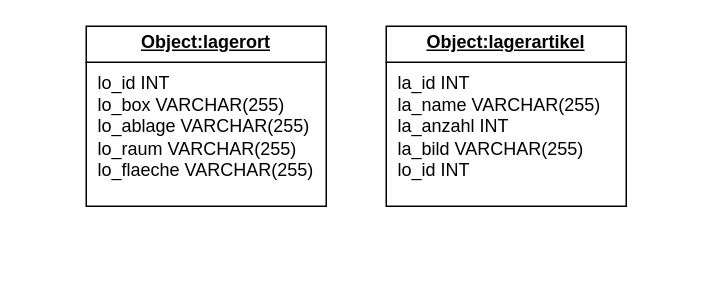
Earlier version of the draw.io diagram page "Datenobjekte" (6 of 7) of archiv/Unbenanntes Diagramm.drawio (kitanicKS/fireapp_frontend). Source tidied: cells renumbered, new cells numbered last; positions are measured from the earlier drawing's top-left corner, leaving out a move shared by most shapes. Both pictures are drawn from the tidied source at 150%, with x=0, y=0 at pixel (86, 26).
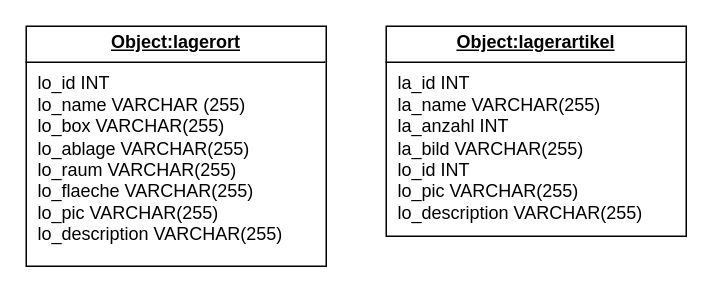
The same page after the edit.

The edit, as a diff of the source:
```diff
@@
 <mxGraphModel>
   <root>
     <mxCell id="0" />
     <mxCell id="1" parent="0" />
-    <mxCell id="2" value="&lt;p style=&quot;margin:0px;margin-top:4px;text-align:center;text-decoration:underline;&quot;&gt;&lt;b&gt;Object:lagerort&lt;/b&gt;&lt;/p&gt;&lt;hr size=&quot;1&quot; style=&quot;border-style:solid;&quot;&gt;&lt;p style=&quot;margin:0px;margin-left:8px;&quot;&gt;lo_id INT&lt;br&gt;lo_box VARCHAR(255)&lt;br&gt;lo_ablage&amp;nbsp;&lt;span style=&quot;background-color: transparent; color: light-dark(rgb(0, 0, 0), rgb(255, 255, 255));&quot;&gt;VARCHAR(255)&lt;/span&gt;&lt;/p&gt;&lt;p style=&quot;margin:0px;margin-left:8px;&quot;&gt;lo_raum&amp;nbsp;&lt;span style=&quot;background-color: transparent; color: light-dark(rgb(0, 0, 0), rgb(255, 255, 255));&quot;&gt;VARCHAR(255)&lt;/span&gt;&lt;/p&gt;&lt;p style=&quot;margin:0px;margin-left:8px;&quot;&gt;lo_flaeche&amp;nbsp;&lt;span style=&quot;background-color: transparent; color: light-dark(rgb(0, 0, 0), rgb(255, 255, 255));&quot;&gt;VARCHAR(255)&lt;/span&gt;&lt;/p&gt;" style="verticalAlign=top;align=left;overflow=fill;html=1;whiteSpace=wrap;" parent="1" vertex="1">
-      <mxGeometry width="160" height="120" as="geometry" />
+    <mxCell id="2" value="&lt;p style=&quot;margin:0px;margin-top:4px;text-align:center;text-decoration:underline;&quot;&gt;&lt;b&gt;Object:lagerort&lt;/b&gt;&lt;/p&gt;&lt;hr size=&quot;1&quot; style=&quot;border-style:solid;&quot;&gt;&lt;p style=&quot;margin:0px;margin-left:8px;&quot;&gt;lo_id INT&lt;br&gt;lo_name VARCHAR (255)&lt;/p&gt;&lt;p style=&quot;margin:0px;margin-left:8px;&quot;&gt;lo_box VARCHAR(255)&lt;br&gt;lo_ablage&amp;nbsp;&lt;span style=&quot;background-color: transparent; color: light-dark(rgb(0, 0, 0), rgb(255, 255, 255));&quot;&gt;VARCHAR(255)&lt;/span&gt;&lt;/p&gt;&lt;p style=&quot;margin:0px;margin-left:8px;&quot;&gt;lo_raum&amp;nbsp;&lt;span style=&quot;background-color: transparent; color: light-dark(rgb(0, 0, 0), rgb(255, 255, 255));&quot;&gt;VARCHAR(255)&lt;/span&gt;&lt;/p&gt;&lt;p style=&quot;margin:0px;margin-left:8px;&quot;&gt;lo_flaeche&amp;nbsp;&lt;span style=&quot;background-color: transparent; color: light-dark(rgb(0, 0, 0), rgb(255, 255, 255));&quot;&gt;VARCHAR(255)&lt;/span&gt;&lt;/p&gt;&lt;p style=&quot;margin:0px;margin-left:8px;&quot;&gt;&lt;span style=&quot;background-color: transparent; color: light-dark(rgb(0, 0, 0), rgb(255, 255, 255));&quot;&gt;lo_pic VARCHAR(255)&lt;/span&gt;&lt;/p&gt;&lt;p style=&quot;margin:0px;margin-left:8px;&quot;&gt;lo_description VARCHAR(255)&lt;span style=&quot;background-color: transparent; color: light-dark(rgb(0, 0, 0), rgb(255, 255, 255));&quot;&gt;&lt;/span&gt;&lt;/p&gt;" style="verticalAlign=top;align=left;overflow=fill;html=1;whiteSpace=wrap;" parent="1" vertex="1">
+      <mxGeometry x="-40" width="200" height="160" as="geometry" />
     </mxCell>
-    <mxCell id="3" value="&lt;p style=&quot;margin:0px;margin-top:4px;text-align:center;text-decoration:underline;&quot;&gt;&lt;b&gt;Object:lagerartikel&lt;/b&gt;&lt;/p&gt;&lt;hr size=&quot;1&quot; style=&quot;border-style:solid;&quot;&gt;&lt;p style=&quot;margin:0px;margin-left:8px;&quot;&gt;la_id INT&lt;br&gt;la_name VARCHAR(255)&lt;br&gt;la_anzahl INT&lt;/p&gt;&lt;p style=&quot;margin:0px;margin-left:8px;&quot;&gt;la_bild VARCHAR(255)&lt;/p&gt;&lt;p style=&quot;margin:0px;margin-left:8px;&quot;&gt;lo_id&amp;nbsp;&lt;span style=&quot;background-color: transparent; color: light-dark(rgb(0, 0, 0), rgb(255, 255, 255));&quot;&gt;INT&lt;/span&gt;&lt;/p&gt;" style="verticalAlign=top;align=left;overflow=fill;html=1;whiteSpace=wrap;" parent="1" vertex="1">
-      <mxGeometry x="200" width="160" height="120" as="geometry" />
+    <mxCell id="3" value="&lt;p style=&quot;margin:0px;margin-top:4px;text-align:center;text-decoration:underline;&quot;&gt;&lt;b&gt;Object:lagerartikel&lt;/b&gt;&lt;/p&gt;&lt;hr size=&quot;1&quot; style=&quot;border-style:solid;&quot;&gt;&lt;p style=&quot;margin:0px;margin-left:8px;&quot;&gt;la_id INT&lt;br&gt;la_name VARCHAR(255)&lt;br&gt;la_anzahl INT&lt;/p&gt;&lt;p style=&quot;margin:0px;margin-left:8px;&quot;&gt;la_bild VARCHAR(255)&lt;/p&gt;&lt;p style=&quot;margin:0px;margin-left:8px;&quot;&gt;lo_id&amp;nbsp;&lt;span style=&quot;background-color: transparent; color: light-dark(rgb(0, 0, 0), rgb(255, 255, 255));&quot;&gt;INT&lt;/span&gt;&lt;/p&gt;&lt;p style=&quot;margin:0px;margin-left:8px;&quot;&gt;&lt;span style=&quot;background-color: transparent; color: light-dark(rgb(0, 0, 0), rgb(255, 255, 255));&quot;&gt;lo_pic VARCHAR(255)&lt;/span&gt;&lt;/p&gt;&lt;p style=&quot;margin:0px;margin-left:8px;&quot;&gt;lo_description VARCHAR(255)&lt;span style=&quot;background-color: transparent; color: light-dark(rgb(0, 0, 0), rgb(255, 255, 255));&quot;&gt;&lt;/span&gt;&lt;/p&gt;" style="verticalAlign=top;align=left;overflow=fill;html=1;whiteSpace=wrap;" parent="1" vertex="1">
+      <mxGeometry x="200" width="200" height="140" as="geometry" />
     </mxCell>
   </root>
 </mxGraphModel>
```
